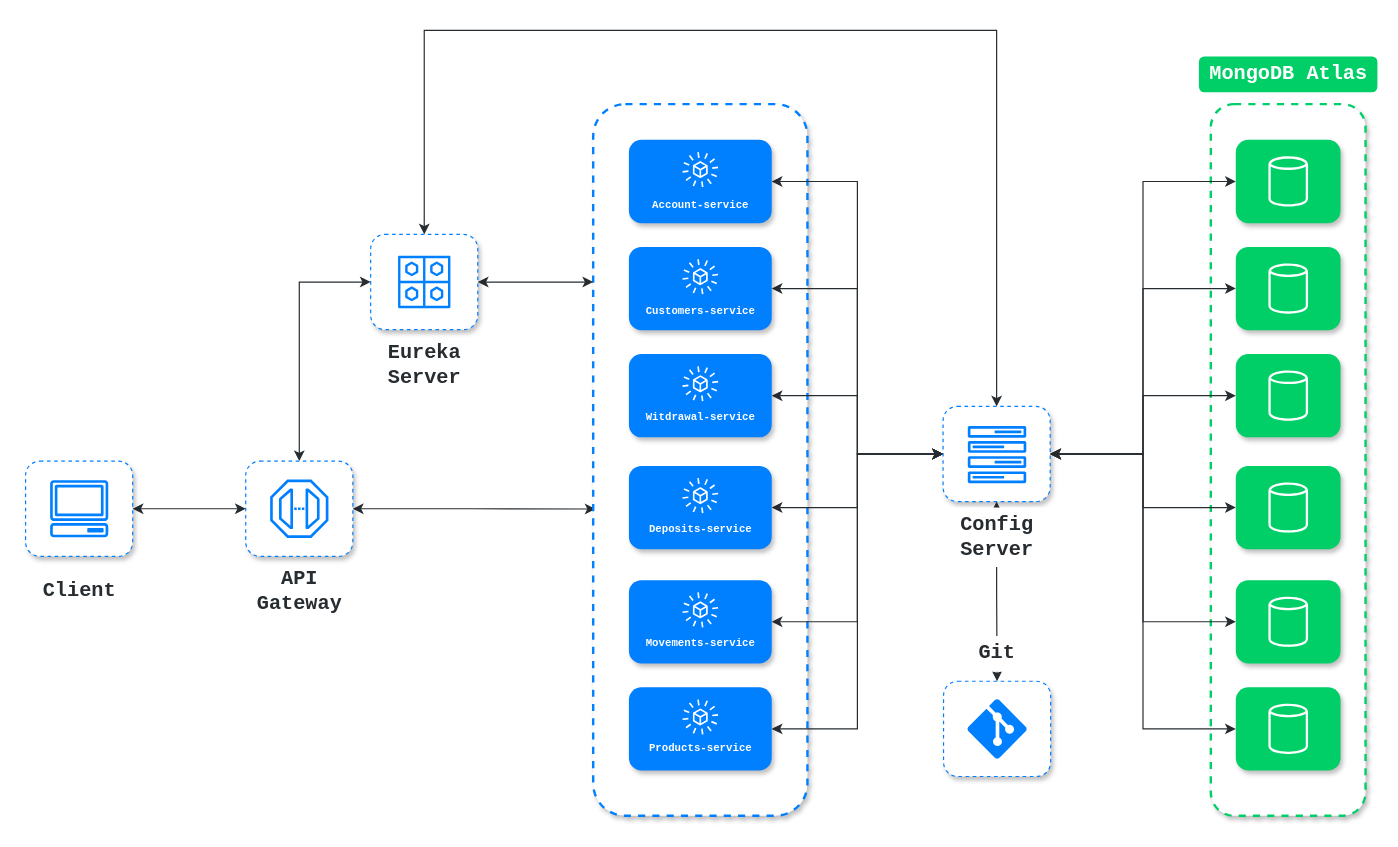
Before: Untitled Diagram.drawio in JorgeEspinozaC2K/banking-microservices-diagram, a draw.io diagram. Source tidied: cells renumbered, new cells numbered last; positions are measured from the earlier drawing's top-left corner, leaving out a move shared by most shapes. Both pictures are drawn from the tidied source at 119%, with x=0, y=0 at pixel (25, 30).
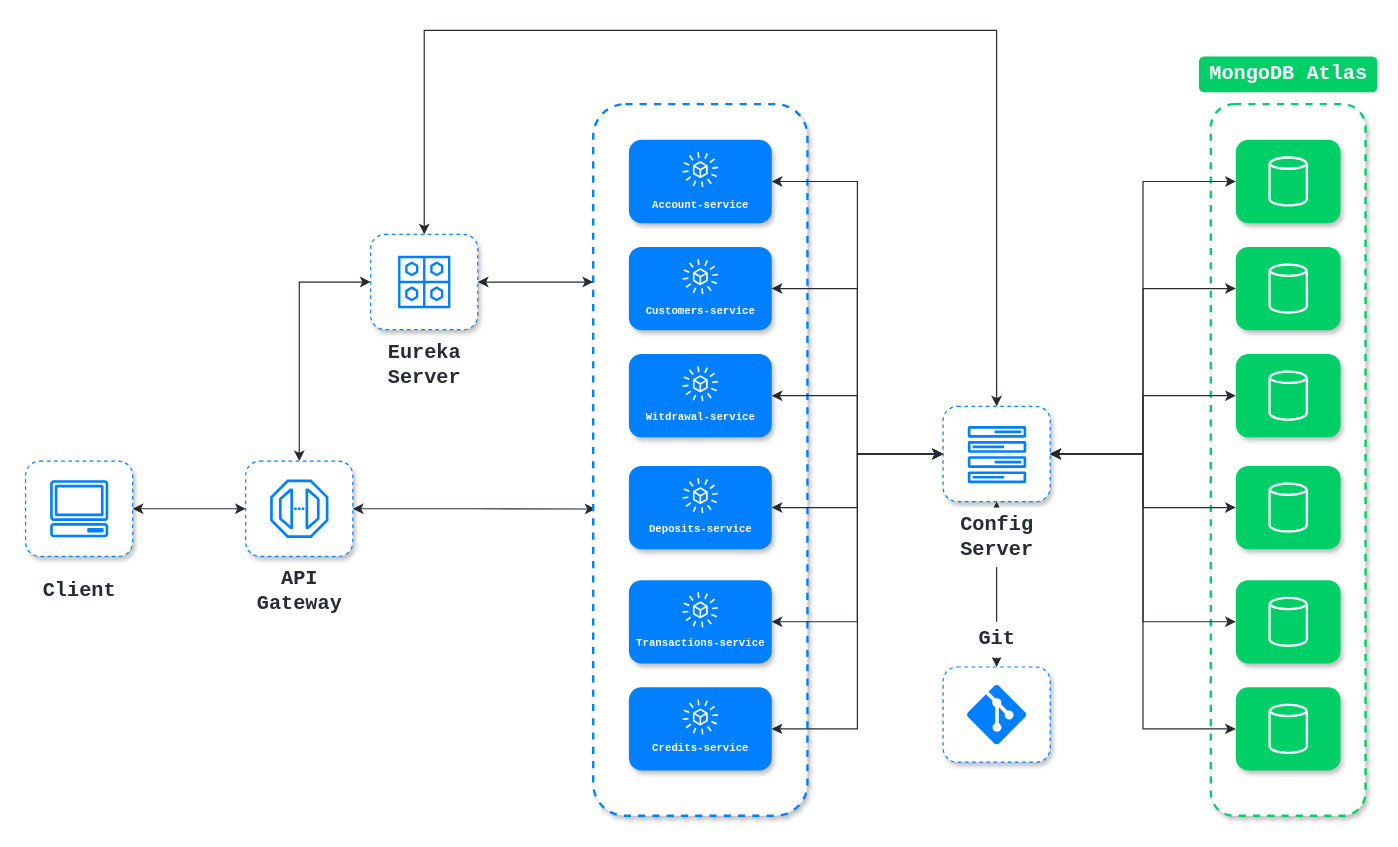
Above is the later version.

Unchanged cells that the change refers to:
```xml
<mxCell id="12" style="rounded=1;whiteSpace=wrap;html=1;shadow=1;glass=0;labelBackgroundColor=none;fontFamily=Courier New;fontSize=17;fontColor=#272C30;strokeColor=#007FFF;strokeWidth=2;fillColor=default;dashed=1;" parent="1" vertex="1">
  <mxGeometry x="477" y="62" width="180" height="598" as="geometry" />
</mxCell>
<mxCell id="62" style="rounded=1;whiteSpace=wrap;html=1;strokeColor=#007FFF;dashed=1;shadow=1;" parent="1" vertex="1">
  <mxGeometry x="771" y="316" width="90" height="80" as="geometry" />
</mxCell>
```

The edit, as a diff of the source:
```diff
@@
-    <mxCell id="36" value="&lt;font style=&quot;font-size: 9px&quot;&gt;Movements-service&lt;/font&gt;" style="text;html=1;align=center;verticalAlign=middle;strokeColor=none;fillColor=none;strokeWidth=3;fontSize=9;fontFamily=Courier New;fontStyle=1;labelBackgroundColor=none;fontColor=#FFFFFF;" parent="1" vertex="1">
-      <mxGeometry x="512" y="506" width="110" height="20" as="geometry" />
+    <mxCell id="36" value="&lt;font style=&quot;font-size: 9px&quot;&gt;Transactions-service&lt;/font&gt;" style="text;html=1;align=center;verticalAlign=middle;strokeColor=none;fillColor=none;strokeWidth=3;fontSize=9;fontFamily=Courier New;fontStyle=1;labelBackgroundColor=none;fontColor=#FFFFFF;" parent="1" vertex="1">
+      <mxGeometry x="507" y="506" width="120" height="20" as="geometry" />
     </mxCell>
@@
-    <mxCell id="38" style="edgeStyle=orthogonalEdgeStyle;rounded=0;sketch=0;jettySize=auto;html=1;shadow=0;fontFamily=Courier New;fontSize=9;fontColor=#00CF68;startArrow=classic;startFill=1;endArrow=classic;endFill=1;strokeColor=#272C30;strokeWidth=1;entryX=0;entryY=0.5;entryDx=0;entryDy=0;" parent="1" edge="1" source="39" target="62">
+    <mxCell id="38" style="edgeStyle=orthogonalEdgeStyle;rounded=0;sketch=0;jettySize=auto;html=1;shadow=0;fontFamily=Courier New;fontSize=9;fontColor=#00CF68;startArrow=classic;startFill=1;endArrow=classic;endFill=1;strokeColor=#272C30;strokeWidth=1;entryX=0;entryY=0.5;entryDx=0;entryDy=0;exitX=1;exitY=0.5;exitDx=0;exitDy=0;" parent="1" edge="1" source="39" target="62">
       <mxGeometry relative="1" as="geometry" />
     </mxCell>
-    <mxCell id="39" style="rounded=1;whiteSpace=wrap;html=1;strokeColor=none;dashed=1;shadow=1;fillColor=#007FFF;" parent="1" vertex="1">
-      <mxGeometry x="507" y="552" width="120" height="70" as="geometry" />
-    </mxCell>
-    <mxCell id="40" value="&lt;font style=&quot;font-size: 9px&quot;&gt;Products-service&lt;/font&gt;" style="text;html=1;align=center;verticalAlign=middle;strokeColor=none;fillColor=none;strokeWidth=3;fontSize=9;fontFamily=Courier New;fontStyle=1;labelBackgroundColor=none;fontColor=#FFFFFF;" parent="1" vertex="1">
-      <mxGeometry x="517" y="594" width="100" height="20" as="geometry" />
-    </mxCell>
-    <mxCell id="41" style="sketch=0;fontColor=#232F3E;gradientColor=none;fillColor=#FFFFFF;strokeColor=none;dashed=0;verticalLabelPosition=bottom;verticalAlign=top;align=center;html=1;fontSize=12;fontStyle=0;shape=mxgraph.aws4.eventbridge_saas_partner_event_bus_resource;rounded=1;shadow=0;glass=0;labelBackgroundColor=none;fontFamily=Courier New;" parent="1" vertex="1">
-      <mxGeometry x="552" y="562" width="30" height="30" as="geometry" />
-    </mxCell>
@@
     <mxCell id="64" style="rounded=1;whiteSpace=wrap;html=1;strokeColor=#007FFF;dashed=1;shadow=1;" parent="1" vertex="1">
-      <mxGeometry x="771.4" y="547" width="90" height="80" as="geometry" />
+      <mxGeometry x="771" y="535" width="90" height="80" as="geometry" />
     </mxCell>
     <mxCell id="65" value="Git" style="text;html=1;align=center;verticalAlign=middle;strokeColor=none;fillColor=default;strokeWidth=6;fontSize=17;fontFamily=Courier New;fontStyle=1;labelBackgroundColor=none;fontColor=#272C30;" parent="1" vertex="1">
-      <mxGeometry x="791.4" y="509" width="50" height="30" as="geometry" />
+      <mxGeometry x="791" y="497" width="50" height="30" as="geometry" />
     </mxCell>
     <mxCell id="66" style="verticalLabelPosition=bottom;html=1;verticalAlign=top;align=center;strokeColor=none;fillColor=#007FFF;shape=mxgraph.azure.git_repository;rounded=1;shadow=0;glass=0;labelBackgroundColor=none;fontFamily=Courier New;fontSize=9;fontColor=#FFFFFF;" parent="1" vertex="1">
-      <mxGeometry x="791.4" y="562" width="50" height="50" as="geometry" />
+      <mxGeometry x="791" y="550" width="50" height="50" as="geometry" />
     </mxCell>
@@
+    <mxCell id="39" style="rounded=1;whiteSpace=wrap;html=1;strokeColor=none;dashed=1;shadow=1;fillColor=#007FFF;" parent="1" vertex="1">
+      <mxGeometry x="507" y="552" width="120" height="70" as="geometry" />
+    </mxCell>
+    <mxCell id="68" value="&lt;font style=&quot;font-size: 9px&quot;&gt;Credits-service&lt;/font&gt;" style="text;html=1;align=center;verticalAlign=middle;strokeColor=none;fillColor=none;strokeWidth=3;fontSize=9;fontFamily=Courier New;fontStyle=1;labelBackgroundColor=none;fontColor=#FFFFFF;" parent="1" vertex="1">
+      <mxGeometry x="517" y="594" width="100" height="20" as="geometry" />
+    </mxCell>
+    <mxCell id="41" style="sketch=0;fontColor=#232F3E;gradientColor=none;fillColor=#FFFFFF;strokeColor=none;dashed=0;verticalLabelPosition=bottom;verticalAlign=top;align=center;html=1;fontSize=12;fontStyle=0;shape=mxgraph.aws4.eventbridge_saas_partner_event_bus_resource;rounded=1;shadow=0;glass=0;labelBackgroundColor=none;fontFamily=Courier New;" parent="1" vertex="1">
+      <mxGeometry x="552" y="562" width="30" height="30" as="geometry" />
+    </mxCell>
+    <mxCell id="69" style="edgeStyle=orthogonalEdgeStyle;rounded=0;sketch=0;orthogonalLoop=1;jettySize=auto;html=1;exitX=0.5;exitY=1;exitDx=0;exitDy=0;shadow=0;fontFamily=Courier New;fontSize=9;fontColor=#FFFFFF;startArrow=classic;startFill=1;endArrow=classic;endFill=1;strokeColor=#272C30;strokeWidth=1;" parent="1" edge="1" source="12" target="12">
+      <mxGeometry relative="1" as="geometry" />
+    </mxCell>
```
